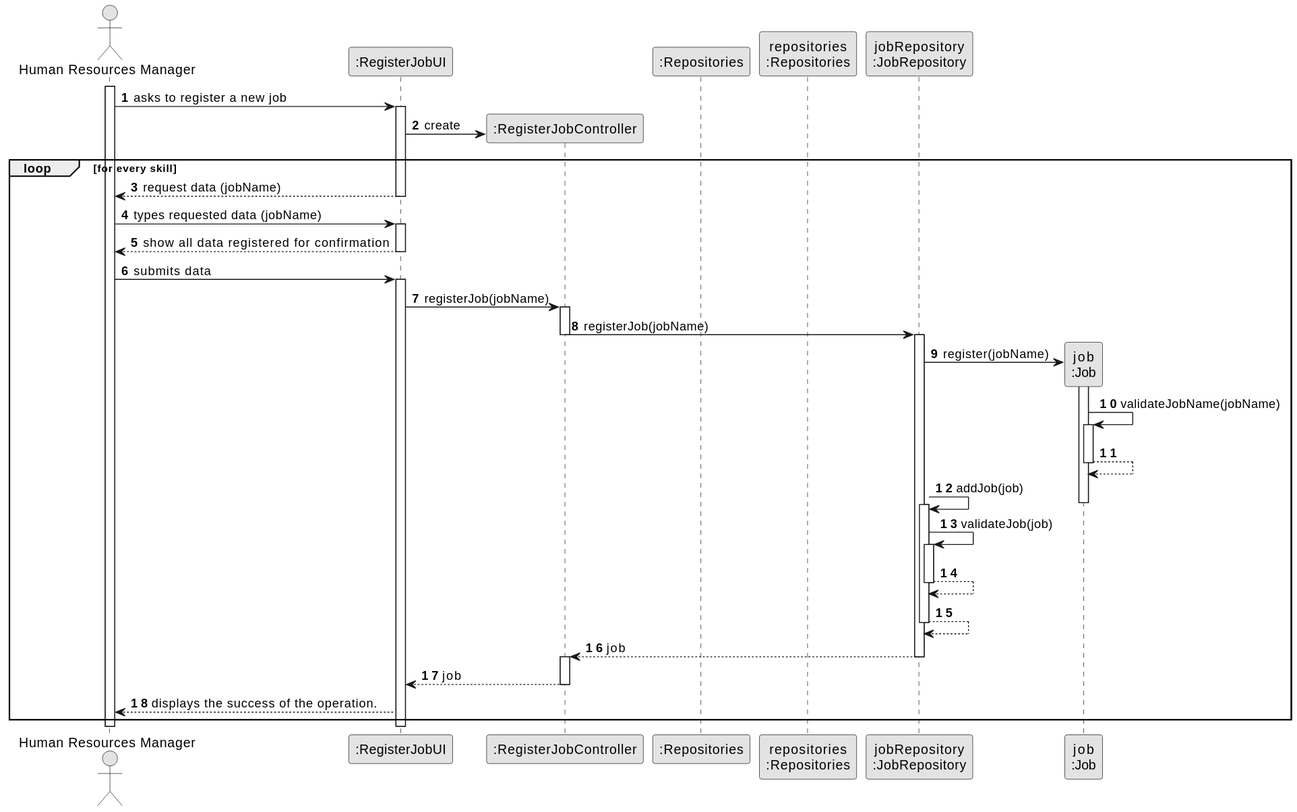
Earlier version of the PlantUML export docs/sprintB/us002/03.design/svg/us002-sequence-diagram-full.svg (SAEmanuel/Green_Spaces_Management_ISEP).
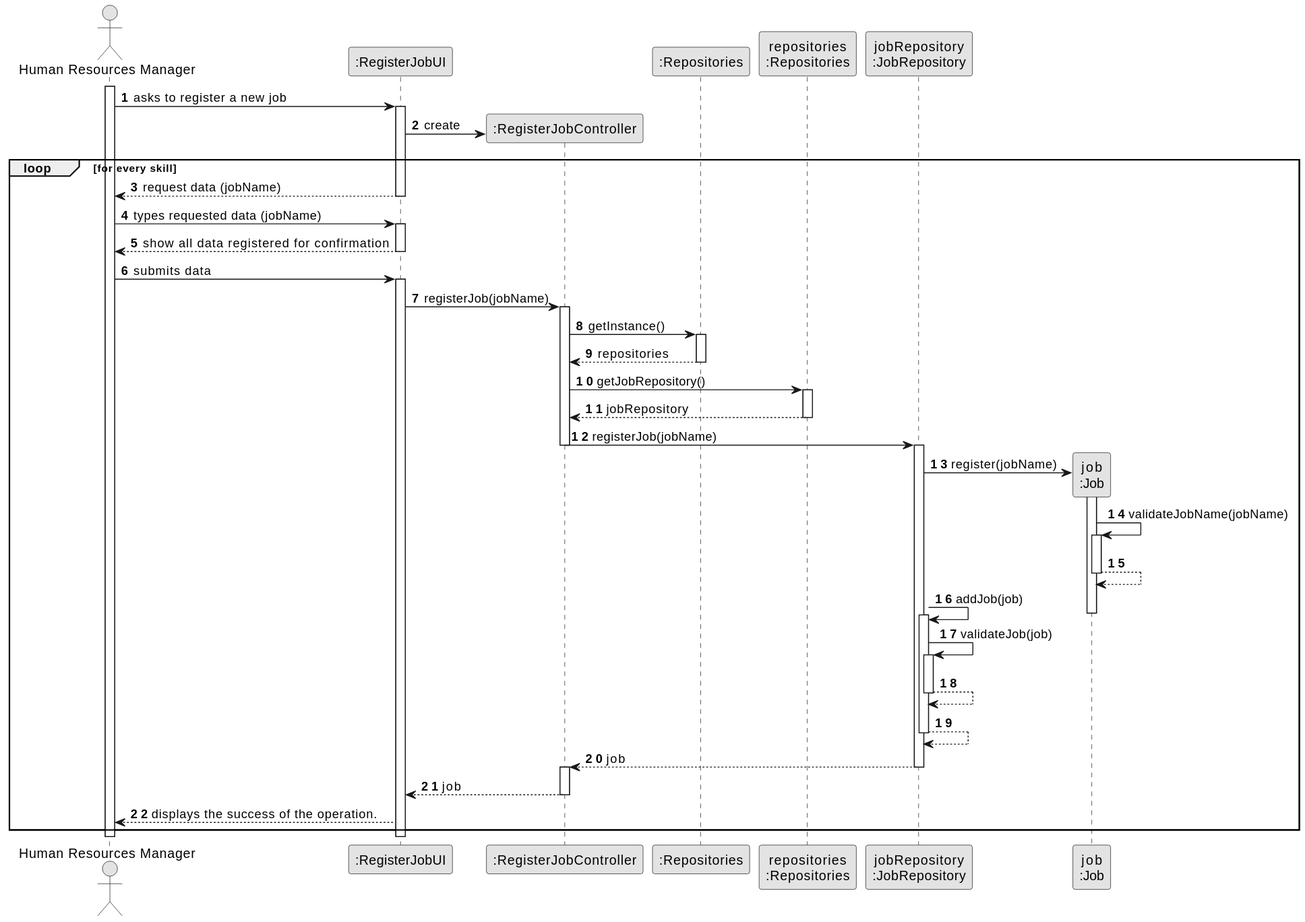
The same file after the commit.

Commit message:
SD full and split update

Change to the diagram source:
```diff
@@ -41,6 +41,17 @@
             UI -> CTRL : registerJob(jobName)
             activate CTRL
 
+            CTRL -> RepositorySingleton : getInstance()
+            activate RepositorySingleton
+
+            RepositorySingleton --> CTRL: repositories
+            deactivate RepositorySingleton
+
+            CTRL -> PLAT : getJobRepository()
+            activate PLAT
+
+            PLAT --> CTRL: jobRepository
+            deactivate PLAT
 
                 CTRL -> jobRepository: registerJob(jobName)
                 deactivate CTRL
```
